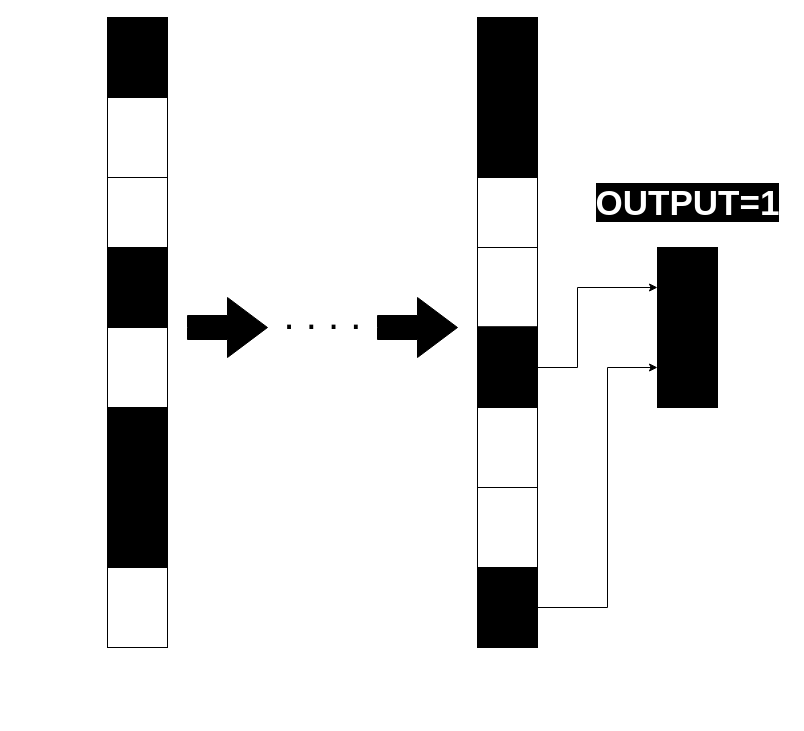
Earlier version of the draw.io diagram bit logic.drawio (m4hdiattar/Mahdi-Attar). Source tidied: cells renumbered, new cells numbered last; positions are measured from the earlier drawing's top-left corner, leaving out a move shared by most shapes. Both pictures are drawn from the tidied source at 100%, with x=0, y=0 at pixel (107, 17).
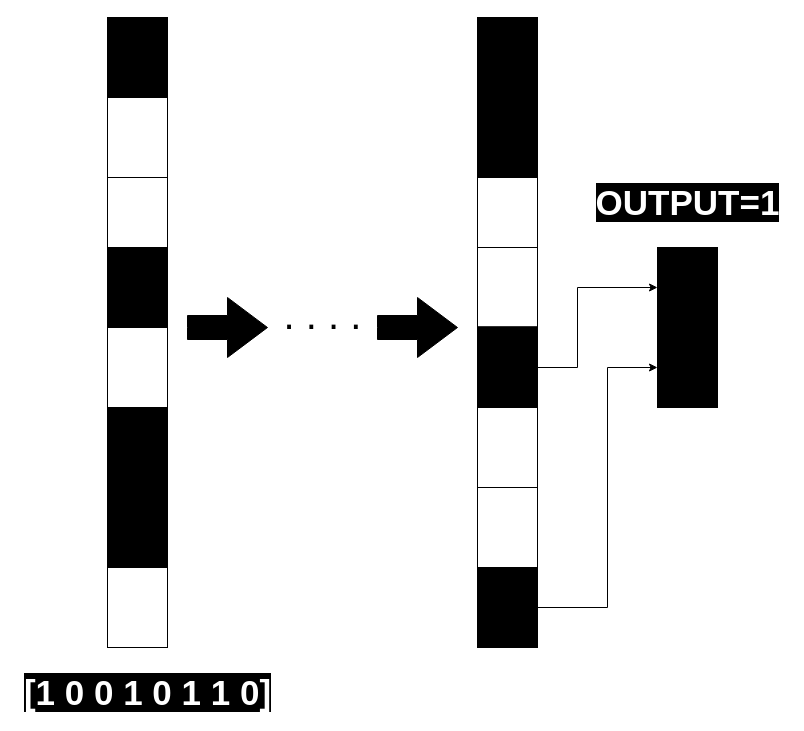
The same diagram, later.

Diff of the diagram source:
```diff
@@
+    <mxCell id="40" value="&lt;span style=&quot;font-size: 35px ; background-color: rgb(0 , 0 , 0)&quot;&gt;&lt;b&gt;[1 0 0 1 0 1 1 0]&lt;/b&gt;&lt;/span&gt;" style="text;html=1;align=center;verticalAlign=middle;fontColor=#FFFFFF;" parent="1" vertex="1">
+      <mxGeometry x="-90" y="660" width="260" height="30" as="geometry" />
+    </mxCell>
```
